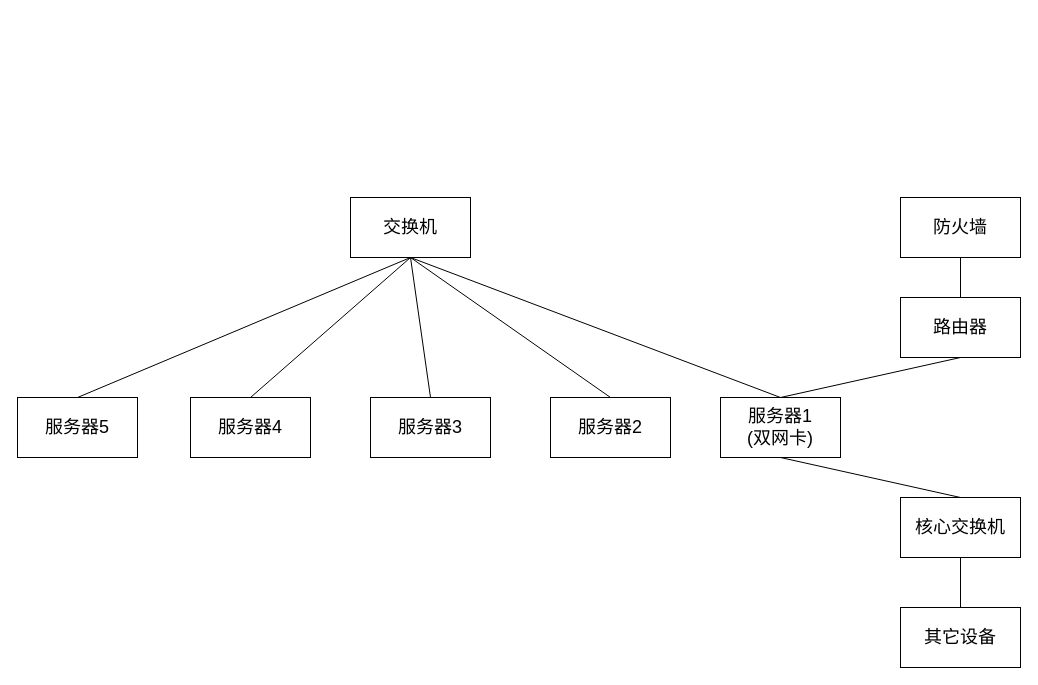
Earlier version of the draw.io diagram mingluzhongxue.drawio (bzerozero7/test). Source tidied: cells renumbered, new cells numbered last; positions are measured from the earlier drawing's top-left corner, leaving out a move shared by most shapes. Both pictures are drawn from the tidied source at 100%, with x=0, y=0 at pixel (17, 197).
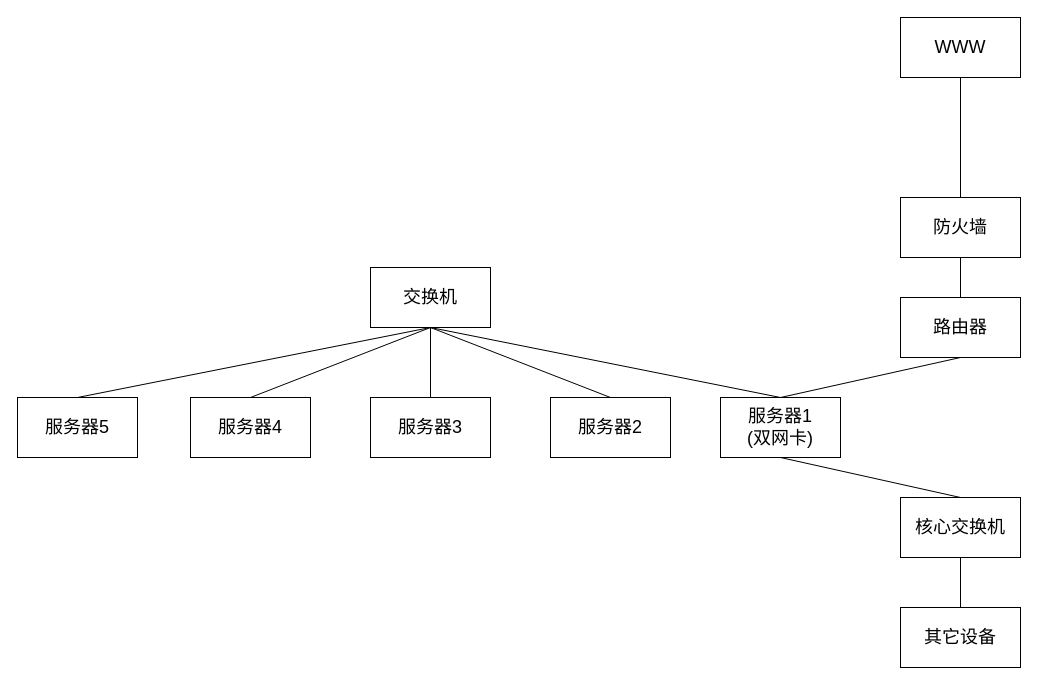
The same page after the edit.

The change refers to these unchanged cells:
```xml
<mxCell id="2" value="&lt;font style=&quot;font-size: 18px;&quot;&gt;防火墙&lt;/font&gt;" style="rounded=0;whiteSpace=wrap;html=1;" parent="1" vertex="1">
  <mxGeometry x="883" width="120" height="60" as="geometry" />
</mxCell>
```

The edit, as a diff of the source:
```diff
@@
     <mxCell id="10" value="&lt;span style=&quot;font-size: 18px;&quot;&gt;交换机&lt;/span&gt;" style="rounded=0;whiteSpace=wrap;html=1;" parent="1" vertex="1">
-      <mxGeometry x="333" width="120" height="60" as="geometry" />
+      <mxGeometry x="353" y="70" width="120" height="60" as="geometry" />
     </mxCell>
@@
+    <mxCell id="21" style="endArrow=none;html=1;rounded=0;entryX=0.5;entryY=0;entryDx=0;entryDy=0;" parent="1" edge="1" target="2">
+      <mxGeometry relative="1" as="geometry">
+        <mxPoint x="943" y="-120" as="sourcePoint" />
+      </mxGeometry>
+    </mxCell>
+    <mxCell id="22" value="&lt;font style=&quot;font-size: 18px;&quot;&gt;WWW&lt;/font&gt;" style="rounded=0;whiteSpace=wrap;html=1;" parent="1" vertex="1">
+      <mxGeometry x="883" y="-180" width="120" height="60" as="geometry" />
+    </mxCell>
```
